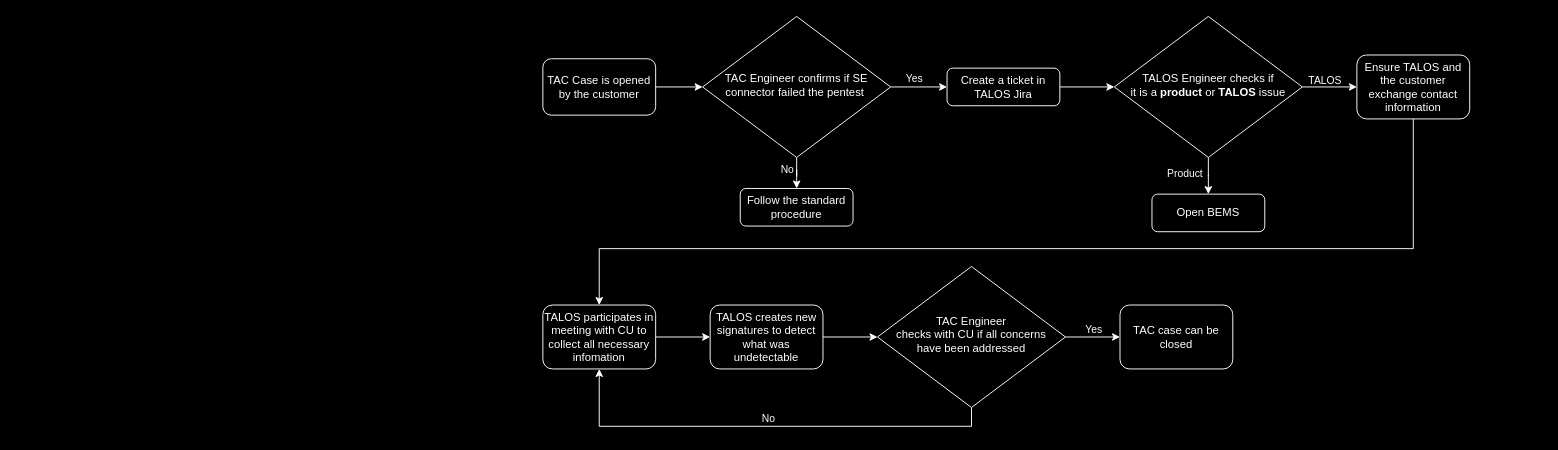
The draw.io diagram pentesting.drawio in rolszowy/drawio, before the edit. Source tidied: cells renumbered, new cells numbered last; positions are measured from the earlier drawing's top-left corner, leaving out a move shared by most shapes. Both pictures are drawn from the tidied source at 94%, with x=0, y=0 at pixel (542, 16).
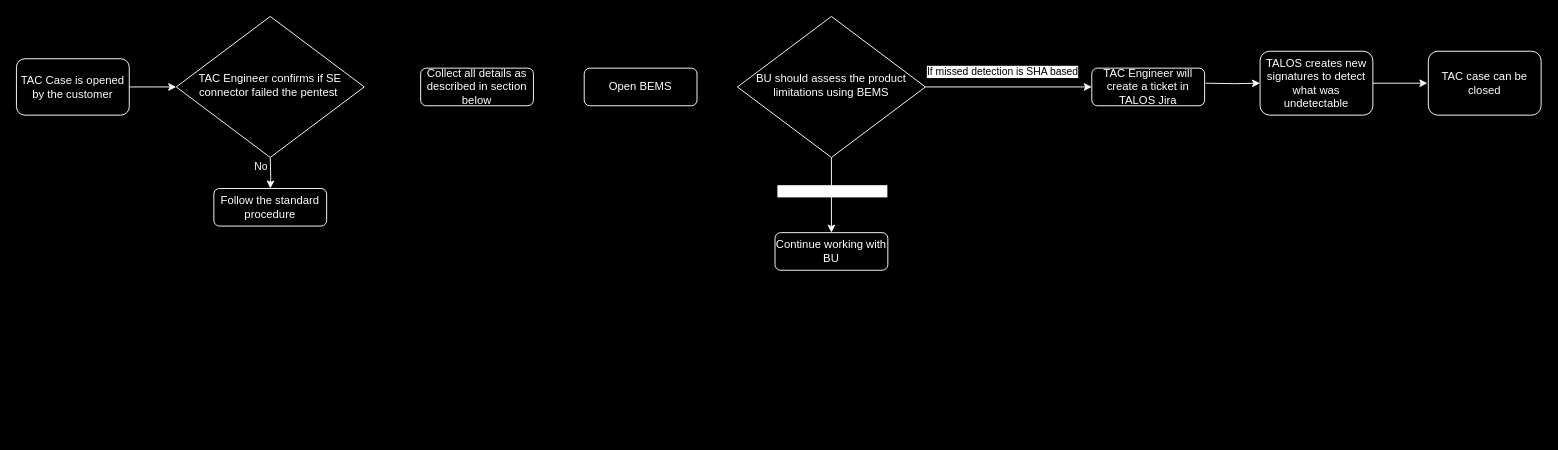
After the change.

The edit, as a diff of the source:
```diff
@@
-    <mxCell id="2" style="edgeStyle=orthogonalEdgeStyle;rounded=0;jettySize=auto;html=1;entryX=0;entryY=0.5;entryDx=0;entryDy=0;strokeColor=#FFFFFF;" parent="1" edge="1" source="3" target="8">
-      <mxGeometry relative="1" as="geometry" />
+    <mxCell id="2" style="edgeStyle=orthogonalEdgeStyle;rounded=0;jettySize=auto;html=1;entryX=0;entryY=0.5;entryDx=0;entryDy=0;strokeColor=#FFFFFF;" parent="1" edge="1" source="3">
+      <mxGeometry relative="1" as="geometry">
+        <mxPoint x="-390" y="75" as="targetPoint" />
+      </mxGeometry>
     </mxCell>
     <mxCell id="3" value="TAC Case is opened by the customer" style="rounded=1;whiteSpace=wrap;html=1;fontSize=12;glass=0;strokeWidth=1;shadow=0;fillColor=none;fontColor=#FFFFFF;strokeColor=#FFFFFF;" parent="1" vertex="1">
-      <mxGeometry y="45" width="120" height="60" as="geometry" />
+      <mxGeometry x="-560" y="45" width="120" height="60" as="geometry" />
     </mxCell>
-    <mxCell id="4" style="edgeStyle=orthogonalEdgeStyle;rounded=0;jettySize=auto;html=1;fontColor=#FFFFFF;strokeColor=#FFFFFF;" parent="1" edge="1" source="8" target="10">
-      <mxGeometry relative="1" as="geometry" />
-    </mxCell>
-    <mxCell id="5" value="Yes" style="edgeLabel;html=1;align=center;verticalAlign=middle;fontFamily=Helvetica;fontSize=11;fontColor=#FFFFFF;labelBackgroundColor=none;" parent="4" vertex="1">
-      <mxGeometry x="-0.2" y="-2" relative="1" as="geometry">
-        <mxPoint y="-12" as="offset" />
-      </mxGeometry>
-    </mxCell>
-    <mxCell id="6" style="edgeStyle=orthogonalEdgeStyle;shape=connector;rounded=0;jettySize=auto;html=1;strokeColor=#FFFFFF;align=center;verticalAlign=middle;fontFamily=Helvetica;fontSize=11;fontColor=#FFFFFF;labelBackgroundColor=none;endArrow=classic;" parent="1" edge="1" source="8" target="11">
-      <mxGeometry relative="1" as="geometry" />
+    <mxCell id="6" style="edgeStyle=orthogonalEdgeStyle;shape=connector;rounded=0;jettySize=auto;html=1;strokeColor=#FFFFFF;align=center;verticalAlign=middle;fontFamily=Helvetica;fontSize=11;fontColor=#FFFFFF;labelBackgroundColor=none;endArrow=classic;" parent="1" edge="1" target="11">
+      <mxGeometry relative="1" as="geometry">
+        <mxPoint x="-290" y="150" as="sourcePoint" />
+      </mxGeometry>
     </mxCell>
@@
-    <mxCell id="8" value="TAC Engineer confirms if SE connector failed the pentest&amp;nbsp;" style="rhombus;whiteSpace=wrap;html=1;shadow=0;fontFamily=Helvetica;fontSize=12;align=center;strokeWidth=1;spacing=6;spacingTop=-4;fillColor=#000000;fontColor=#FFFFFF;strokeColor=#FFFFFF;" parent="1" vertex="1">
-      <mxGeometry x="170" width="200" height="150" as="geometry" />
-    </mxCell>
-    <mxCell id="9" style="edgeStyle=orthogonalEdgeStyle;shape=connector;rounded=0;jettySize=auto;html=1;strokeColor=#FFFFFF;align=center;verticalAlign=middle;fontFamily=Helvetica;fontSize=11;fontColor=#FFFFFF;labelBackgroundColor=default;endArrow=classic;" parent="1" edge="1" source="10" target="16">
-      <mxGeometry relative="1" as="geometry" />
-    </mxCell>
-    <mxCell id="10" value="Create a ticket in TALOS Jira" style="rounded=1;whiteSpace=wrap;html=1;fontSize=12;glass=0;strokeWidth=1;shadow=0;fillColor=#000000;strokeColor=#FFFFFF;fontColor=#FFFFFF;" parent="1" vertex="1">
-      <mxGeometry x="430" y="55" width="120" height="40" as="geometry" />
+    <mxCell id="10" value="TAC Engineer will create a ticket in TALOS Jira" style="rounded=1;whiteSpace=wrap;html=1;fontSize=12;glass=0;strokeWidth=1;shadow=0;fillColor=#000000;strokeColor=#FFFFFF;fontColor=#FFFFFF;" parent="1" vertex="1">
+      <mxGeometry x="584" y="55" width="120" height="40" as="geometry" />
     </mxCell>
     <mxCell id="11" value="Follow the standard procedure" style="rounded=1;whiteSpace=wrap;html=1;fontSize=12;glass=0;strokeWidth=1;shadow=0;fillColor=#000000;fontColor=#FFFFFF;strokeColor=#FFFFFF;" parent="1" vertex="1">
-      <mxGeometry x="210" y="183" width="120" height="40" as="geometry" />
+      <mxGeometry x="-350" y="183" width="120" height="40" as="geometry" />
     </mxCell>
-    <mxCell id="12" style="edgeStyle=orthogonalEdgeStyle;shape=connector;rounded=0;jettySize=auto;html=1;strokeColor=#FFFFFF;align=center;verticalAlign=middle;fontFamily=Helvetica;fontSize=11;fontColor=#FFFFFF;labelBackgroundColor=default;endArrow=classic;" parent="1" edge="1" source="16" target="17">
-      <mxGeometry relative="1" as="geometry" />
-    </mxCell>
-    <mxCell id="13" value="Product" style="edgeLabel;html=1;align=center;verticalAlign=middle;fontFamily=Helvetica;fontSize=11;fontColor=#FFFFFF;labelBackgroundColor=none;" parent="12" vertex="1">
-      <mxGeometry x="-0.24" relative="1" as="geometry">
-        <mxPoint x="-26" as="offset" />
-      </mxGeometry>
-    </mxCell>
-    <mxCell id="14" style="edgeStyle=orthogonalEdgeStyle;shape=connector;rounded=0;jettySize=auto;html=1;strokeColor=#FFFFFF;align=center;verticalAlign=middle;fontFamily=Helvetica;fontSize=11;fontColor=#FFFFFF;labelBackgroundColor=none;endArrow=classic;" parent="1" edge="1" source="16" target="19">
-      <mxGeometry relative="1" as="geometry" />
-    </mxCell>
-    <mxCell id="15" value="TALOS" style="edgeLabel;html=1;align=center;verticalAlign=middle;fontFamily=Helvetica;fontSize=11;fontColor=#FFFFFF;labelBackgroundColor=none;" parent="14" vertex="1">
-      <mxGeometry x="-0.52" y="1" relative="1" as="geometry">
-        <mxPoint x="9" y="-7" as="offset" />
-      </mxGeometry>
-    </mxCell>
-    <mxCell id="16" value="TALOS Engineer checks if&lt;div&gt;it is a &lt;b&gt;product&lt;/b&gt; or &lt;b&gt;TALOS&lt;/b&gt; issue&lt;/div&gt;" style="rhombus;whiteSpace=wrap;html=1;shadow=0;fontFamily=Helvetica;fontSize=12;align=center;strokeWidth=1;spacing=6;spacingTop=-4;fillColor=#000000;fontColor=#FFFFFF;strokeColor=#FFFFFF;" parent="1" vertex="1">
-      <mxGeometry x="608" width="200" height="150" as="geometry" />
-    </mxCell>
-    <mxCell id="17" value="Open BEMS" style="rounded=1;whiteSpace=wrap;html=1;fontSize=12;glass=0;strokeWidth=1;shadow=0;fillColor=#000000;fontColor=#FFFFFF;strokeColor=#FFFFFF;" parent="1" vertex="1">
-      <mxGeometry x="648" y="189" width="120" height="40" as="geometry" />
-    </mxCell>
-    <mxCell id="18" style="edgeStyle=orthogonalEdgeStyle;shape=connector;rounded=0;jettySize=auto;html=1;strokeColor=#FFFFFF;align=center;verticalAlign=middle;fontFamily=Helvetica;fontSize=11;fontColor=#FFFFFF;labelBackgroundColor=none;endArrow=classic;" parent="1" edge="1" source="19" target="21">
-      <mxGeometry relative="1" as="geometry">
-        <Array as="points">
-          <mxPoint x="926" y="247" />
-          <mxPoint x="60" y="247" />
-        </Array>
-      </mxGeometry>
-    </mxCell>
-    <mxCell id="19" value="Ensure TALOS and the customer exchange contact information" style="rounded=1;whiteSpace=wrap;html=1;fontSize=12;glass=0;strokeWidth=1;shadow=0;fillColor=#000000;fontColor=#FFFFFF;strokeColor=#FFFFFF;" parent="1" vertex="1">
-      <mxGeometry x="866" y="41" width="120" height="68" as="geometry" />
-    </mxCell>
-    <mxCell id="20" style="edgeStyle=orthogonalEdgeStyle;shape=connector;rounded=0;jettySize=auto;html=1;strokeColor=#FFFFFF;align=center;verticalAlign=middle;fontFamily=Helvetica;fontSize=11;fontColor=#FFFFFF;labelBackgroundColor=none;endArrow=classic;" parent="1" edge="1" source="21" target="23">
-      <mxGeometry relative="1" as="geometry" />
+    <mxCell id="20" style="edgeStyle=orthogonalEdgeStyle;shape=connector;rounded=0;jettySize=auto;html=1;strokeColor=#FFFFFF;align=center;verticalAlign=middle;fontFamily=Helvetica;fontSize=11;fontColor=#FFFFFF;labelBackgroundColor=none;endArrow=classic;" parent="1" edge="1" target="23">
+      <mxGeometry relative="1" as="geometry">
+        <mxPoint x="705" y="71" as="sourcePoint" />
+      </mxGeometry>
     </mxCell>
-    <mxCell id="21" value="TALOS participates in meeting with CU to collect all necessary infomation" style="rounded=1;whiteSpace=wrap;html=1;fontSize=12;glass=0;strokeWidth=1;shadow=0;fillColor=#000000;fontColor=#FFFFFF;strokeColor=#FFFFFF;" parent="1" vertex="1">
-      <mxGeometry y="307" width="120" height="68" as="geometry" />
-    </mxCell>
-    <mxCell id="22" style="edgeStyle=orthogonalEdgeStyle;shape=connector;rounded=0;jettySize=auto;html=1;strokeColor=#FFFFFF;align=center;verticalAlign=middle;fontFamily=Helvetica;fontSize=11;fontColor=#FFFFFF;labelBackgroundColor=none;endArrow=classic;" parent="1" edge="1" source="23" target="28">
-      <mxGeometry relative="1" as="geometry" />
+    <mxCell id="22" style="edgeStyle=orthogonalEdgeStyle;shape=connector;rounded=0;jettySize=auto;html=1;strokeColor=#FFFFFF;align=center;verticalAlign=middle;fontFamily=Helvetica;fontSize=11;fontColor=#FFFFFF;labelBackgroundColor=none;endArrow=classic;" parent="1" edge="1" source="23">
+      <mxGeometry relative="1" as="geometry">
+        <mxPoint x="941" y="71" as="targetPoint" />
+      </mxGeometry>
     </mxCell>
     <mxCell id="23" value="TALOS creates new signatures to detect what was undetectable" style="rounded=1;whiteSpace=wrap;html=1;fontSize=12;glass=0;strokeWidth=1;shadow=0;fillColor=#000000;fontColor=#FFFFFF;strokeColor=#FFFFFF;" parent="1" vertex="1">
-      <mxGeometry x="178" y="307" width="120" height="68" as="geometry" />
+      <mxGeometry x="763" y="37" width="120" height="68" as="geometry" />
     </mxCell>
-    <mxCell id="24" style="edgeStyle=orthogonalEdgeStyle;shape=connector;rounded=0;jettySize=auto;html=1;strokeColor=#FFFFFF;align=center;verticalAlign=middle;fontFamily=Helvetica;fontSize=11;fontColor=#FFFFFF;labelBackgroundColor=none;endArrow=classic;" parent="1" edge="1" source="28" target="29">
-      <mxGeometry relative="1" as="geometry" />
-    </mxCell>
-    <mxCell id="25" value="Yes" style="edgeLabel;html=1;align=center;verticalAlign=middle;fontFamily=Helvetica;fontSize=11;fontColor=#FFFFFF;labelBackgroundColor=none;" parent="24" vertex="1">
-      <mxGeometry x="0.07" y="-1" relative="1" as="geometry">
-        <mxPoint x="-2" y="-10" as="offset" />
-      </mxGeometry>
-    </mxCell>
-    <mxCell id="26" style="edgeStyle=orthogonalEdgeStyle;shape=connector;rounded=0;jettySize=auto;html=1;entryX=0.5;entryY=1;entryDx=0;entryDy=0;strokeColor=#FFFFFF;align=center;verticalAlign=middle;fontFamily=Helvetica;fontSize=11;fontColor=#FFFFFF;labelBackgroundColor=none;endArrow=classic;" parent="1" edge="1" source="28" target="21">
-      <mxGeometry relative="1" as="geometry">
-        <Array as="points">
-          <mxPoint x="456" y="436" />
-          <mxPoint x="60" y="436" />
-        </Array>
-      </mxGeometry>
-    </mxCell>
-    <mxCell id="27" value="No" style="edgeLabel;html=1;align=center;verticalAlign=middle;fontFamily=Helvetica;fontSize=11;fontColor=#FFFFFF;labelBackgroundColor=none;" parent="26" vertex="1">
-      <mxGeometry x="0.13" y="1" relative="1" as="geometry">
-        <mxPoint x="33" y="-10" as="offset" />
-      </mxGeometry>
-    </mxCell>
-    <mxCell id="28" value="TAC Engineer&lt;div&gt;checks with CU if all concerns&lt;/div&gt;&lt;div&gt;have been addressed&lt;/div&gt;" style="rhombus;whiteSpace=wrap;html=1;shadow=0;fontFamily=Helvetica;fontSize=12;align=center;strokeWidth=1;spacing=6;spacingTop=-4;fillColor=#000000;fontColor=#FFFFFF;strokeColor=#FFFFFF;" parent="1" vertex="1">
-      <mxGeometry x="356" y="266" width="200" height="150" as="geometry" />
-    </mxCell>
     <mxCell id="29" value="TAC case can be closed" style="rounded=1;whiteSpace=wrap;html=1;fontSize=12;glass=0;strokeWidth=1;shadow=0;fillColor=#000000;fontColor=#FFFFFF;strokeColor=#FFFFFF;" parent="1" vertex="1">
-      <mxGeometry x="614" y="307" width="120" height="68" as="geometry" />
+      <mxGeometry x="942" y="37" width="120" height="68" as="geometry" />
     </mxCell>
+    <mxCell id="30" value="Collect all details as described in section below" style="rounded=1;whiteSpace=wrap;html=1;fontSize=12;glass=0;strokeWidth=1;shadow=0;fillColor=#000000;strokeColor=#FFFFFF;fontColor=#FFFFFF;" parent="1" vertex="1">
+      <mxGeometry x="-130" y="55" width="120" height="40" as="geometry" />
+    </mxCell>
+    <mxCell id="8" value="TAC Engineer confirms if SE connector failed the pentest&amp;nbsp;" style="rhombus;whiteSpace=wrap;html=1;shadow=0;fontFamily=Helvetica;fontSize=12;align=center;strokeWidth=1;spacing=6;spacingTop=-4;fillColor=#000000;fontColor=#FFFFFF;strokeColor=#FFFFFF;" parent="1" vertex="1">
+      <mxGeometry x="-390" width="200" height="150" as="geometry" />
+    </mxCell>
+    <mxCell id="31" style="edgeStyle=orthogonalEdgeStyle;rounded=0;jettySize=auto;html=1;entryX=0;entryY=0.5;entryDx=0;entryDy=0;strokeColor=#FFFFFF;labelBackgroundColor=default;fontColor=#FFFFFF;" parent="1" edge="1" source="35" target="10">
+      <mxGeometry relative="1" as="geometry" />
+    </mxCell>
+    <mxCell id="32" value="If missed detection is SHA based" style="edgeLabel;html=1;align=center;verticalAlign=middle;" parent="31" vertex="1">
+      <mxGeometry x="-0.26" y="-1" relative="1" as="geometry">
+        <mxPoint x="16" y="-18" as="offset" />
+      </mxGeometry>
+    </mxCell>
+    <mxCell id="33" style="edgeStyle=orthogonalEdgeStyle;rounded=0;jettySize=auto;html=1;strokeColor=#FFFFFF;" parent="1" edge="1" source="35" target="36">
+      <mxGeometry relative="1" as="geometry" />
+    </mxCell>
+    <mxCell id="34" value="Problem with the device" style="edgeLabel;html=1;align=center;verticalAlign=middle;fontFamily=Helvetica;fontSize=11;fontColor=#FFFFFF;labelBackgroundColor=default;" parent="33" vertex="1">
+      <mxGeometry x="-0.13" relative="1" as="geometry" />
+    </mxCell>
+    <mxCell id="35" value="BU should assess the product limitations using BEMS" style="rhombus;whiteSpace=wrap;html=1;shadow=0;fontFamily=Helvetica;fontSize=12;align=center;strokeWidth=1;spacing=6;spacingTop=-4;fillColor=#000000;fontColor=#FFFFFF;strokeColor=#FFFFFF;" parent="1" vertex="1">
+      <mxGeometry x="207" width="200" height="150" as="geometry" />
+    </mxCell>
+    <mxCell id="36" value="Continue working with BU" style="rounded=1;whiteSpace=wrap;html=1;fontSize=12;glass=0;strokeWidth=1;shadow=0;fillColor=#000000;strokeColor=#FFFFFF;fontColor=#FFFFFF;" parent="1" vertex="1">
+      <mxGeometry x="247" y="230" width="120" height="40" as="geometry" />
+    </mxCell>
+    <mxCell id="17" value="Open BEMS" style="rounded=1;whiteSpace=wrap;html=1;fontSize=12;glass=0;strokeWidth=1;shadow=0;fillColor=#000000;strokeColor=#FFFFFF;fontColor=#FFFFFF;" parent="1" vertex="1">
+      <mxGeometry x="44" y="55" width="120" height="40" as="geometry" />
+    </mxCell>
```
